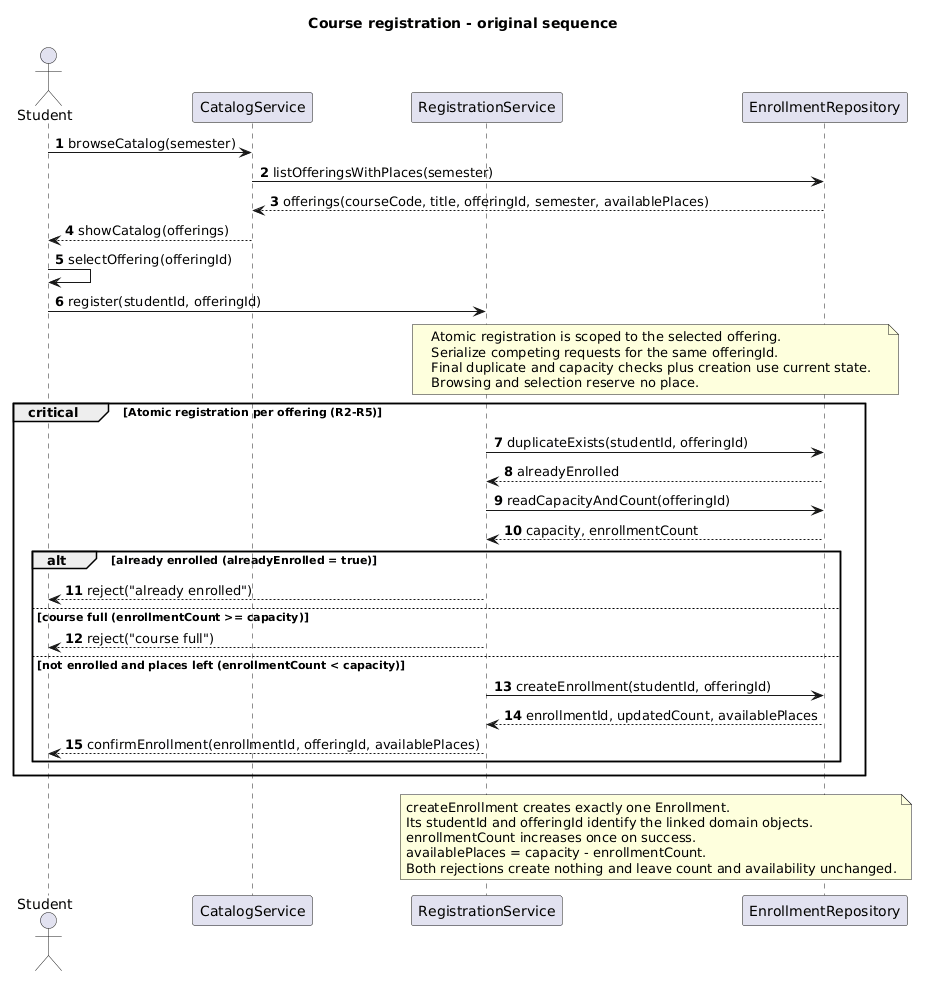
Earlier version of the PlantUML export sis-02/models/img/sequence.png (RiceEnjoyer21/se-practice). Its diagram source:
```plantuml
@startuml
title Course registration - original sequence
autonumber

actor Student
participant CatalogService
participant RegistrationService
participant EnrollmentRepository

Student -> CatalogService : browseCatalog(semester)
CatalogService -> EnrollmentRepository : listOfferingsWithPlaces(semester)
EnrollmentRepository --> CatalogService : offerings(courseCode, title, offeringId, semester, availablePlaces)
CatalogService --> Student : showCatalog(offerings)
Student -> Student : selectOffering(offeringId)
Student -> RegistrationService : register(studentId, offeringId)

note over RegistrationService, EnrollmentRepository
  Atomic registration is scoped to the selected offering.
  Serialize competing requests for the same offeringId.
  Final duplicate and capacity checks plus creation use current state.
  Browsing and selection reserve no place.
end note

critical Atomic registration per offering (R2-R5)
  RegistrationService -> EnrollmentRepository : duplicateExists(studentId, offeringId)
  EnrollmentRepository --> RegistrationService : alreadyEnrolled
  RegistrationService -> EnrollmentRepository : readCapacityAndCount(offeringId)
  EnrollmentRepository --> RegistrationService : capacity, enrollmentCount

  alt already enrolled (alreadyEnrolled = true)
    RegistrationService --> Student : reject("already enrolled")
  else course full (enrollmentCount >= capacity)
    RegistrationService --> Student : reject("course full")
  else not enrolled and places left (enrollmentCount < capacity)
    RegistrationService -> EnrollmentRepository : createEnrollment(studentId, offeringId)
    EnrollmentRepository --> RegistrationService : enrollmentId, updatedCount, availablePlaces
    RegistrationService --> Student : confirmEnrollment(enrollmentId, offeringId, availablePlaces)
  end
end

note over RegistrationService, EnrollmentRepository
  createEnrollment creates exactly one Enrollment.
  Its studentId and offeringId identify the linked domain objects.
  enrollmentCount increases once on success.
  availablePlaces = capacity - enrollmentCount.
  Both rejections create nothing and leave count and availability unchanged.
end note
@enduml
```
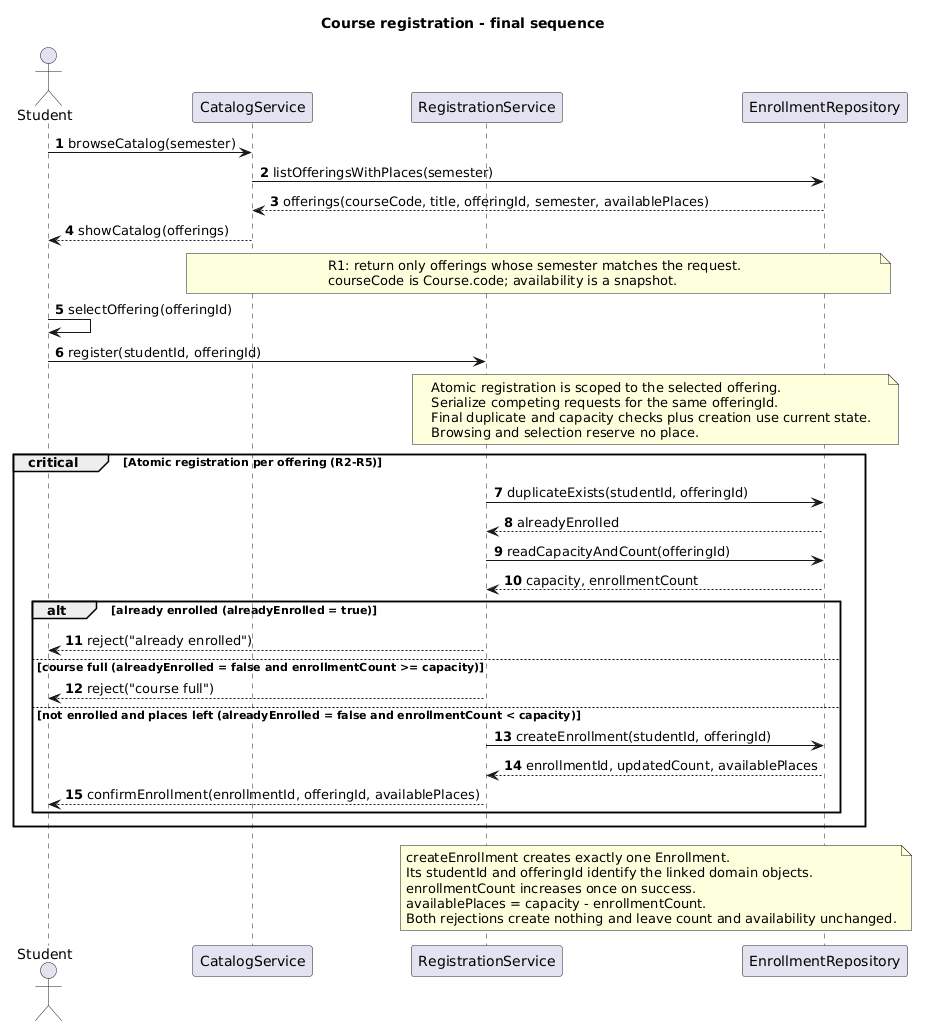
After the commit.

What changed in the source:
```diff
@@ -1,5 +1,5 @@
 @startuml
-title Course registration - original sequence
+title Course registration - final sequence
 autonumber
 
 actor Student
@@ -11,6 +11,12 @@
 CatalogService -> EnrollmentRepository : listOfferingsWithPlaces(semester)
 EnrollmentRepository --> CatalogService : offerings(courseCode, title, offeringId, semester, availablePlaces)
 CatalogService --> Student : showCatalog(offerings)
+
+note over CatalogService, EnrollmentRepository
+  R1: return only offerings whose semester matches the request.
+  courseCode is Course.code; availability is a snapshot.
+end note
+
 Student -> Student : selectOffering(offeringId)
 Student -> RegistrationService : register(studentId, offeringId)
 
@@ -29,9 +35,9 @@
 
   alt already enrolled (alreadyEnrolled = true)
     RegistrationService --> Student : reject("already enrolled")
-  else course full (enrollmentCount >= capacity)
+  else course full (alreadyEnrolled = false and enrollmentCount >= capacity)
     RegistrationService --> Student : reject("course full")
-  else not enrolled and places left (enrollmentCount < capacity)
+  else not enrolled and places left (alreadyEnrolled = false and enrollmentCount < capacity)
     RegistrationService -> EnrollmentRepository : createEnrollment(studentId, offeringId)
     EnrollmentRepository --> RegistrationService : enrollmentId, updatedCount, availablePlaces
     RegistrationService --> Student : confirmEnrollment(enrollmentId, offeringId, availablePlaces)
```
